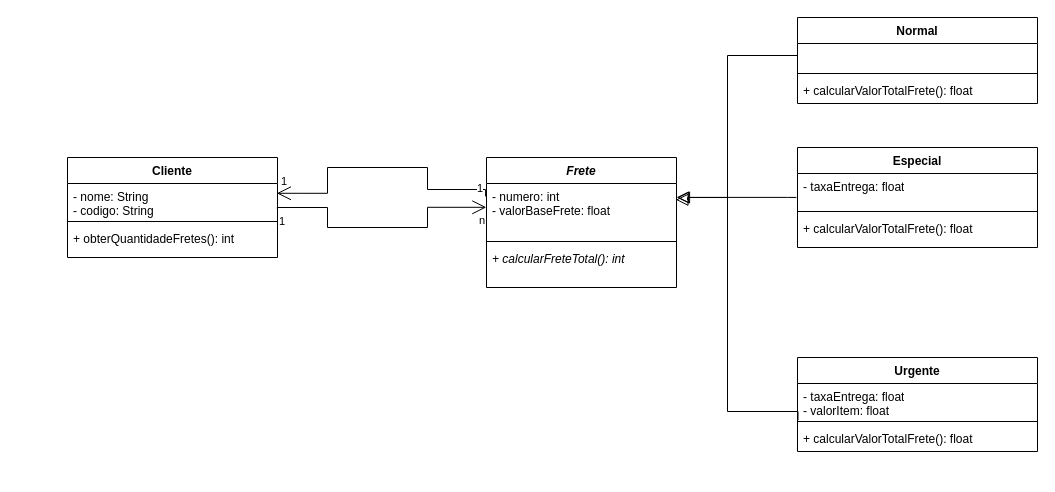
Above: page "Ex4" (4 of 9) of Lista4/T_LP - Lista4.drawio in M-Tereza/LP1 (draw.io), before the change. Source tidied: cells renumbered, new cells numbered last; positions are measured from the earlier drawing's top-left corner, leaving out a move shared by most shapes. Both pictures are drawn from the tidied source at 100%, with x=0, y=0 at pixel (67, 17).
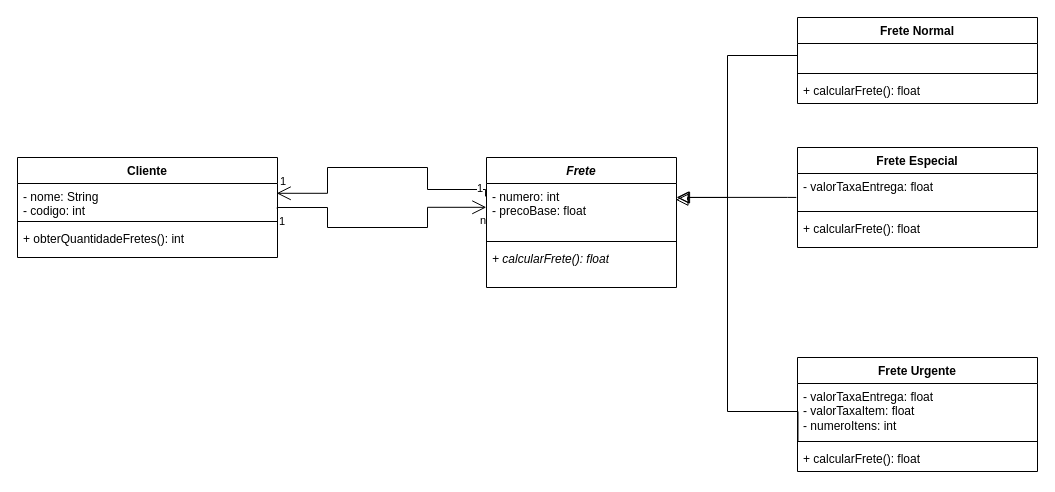
After the change.

The change refers to these unchanged cells:
```xml
<mxCell id="6" value="&lt;i&gt;Frete&lt;/i&gt;" style="swimlane;fontStyle=1;align=center;verticalAlign=top;horizontal=1;startSize=26;whiteSpace=wrap;html=1;" parent="1" vertex="1">
  <mxGeometry x="419" y="140" width="190" height="130" as="geometry" />
</mxCell>
```

What changed in the source:
```diff
@@
     <mxCell id="2" value="Cliente" style="swimlane;fontStyle=1;align=center;verticalAlign=top;horizontal=1;startSize=26;whiteSpace=wrap;html=1;" parent="1" vertex="1">
-      <mxGeometry y="140" width="210" height="100" as="geometry" />
+      <mxGeometry x="-50" y="140" width="260" height="100" as="geometry" />
     </mxCell>
-    <mxCell id="3" value="- nome: String&lt;div&gt;- codigo: String&lt;/div&gt;" style="text;strokeColor=none;fillColor=none;align=left;verticalAlign=top;spacingLeft=4;spacingRight=4;overflow=hidden;points=[[0,0.5],[1,0.5]];portConstraint=eastwest;whiteSpace=wrap;html=1;" parent="2" vertex="1">
-      <mxGeometry y="26" width="210" height="34" as="geometry" />
+    <mxCell id="3" value="- nome: String&lt;div&gt;- codigo: int&lt;/div&gt;" style="text;strokeColor=none;fillColor=none;align=left;verticalAlign=top;spacingLeft=4;spacingRight=4;overflow=hidden;points=[[0,0.5],[1,0.5]];portConstraint=eastwest;whiteSpace=wrap;html=1;" parent="2" vertex="1">
+      <mxGeometry y="26" width="260" height="34" as="geometry" />
     </mxCell>
     <mxCell id="4" style="line;strokeWidth=1;fillColor=none;align=left;verticalAlign=middle;spacingTop=-1;spacingLeft=3;spacingRight=3;labelPosition=right;strokeColor=inherit;" parent="2" vertex="1">
-      <mxGeometry y="60" width="210" height="8" as="geometry" />
+      <mxGeometry y="60" width="260" height="8" as="geometry" />
     </mxCell>
-    <mxCell id="5" value="+ obterQuantidadeFretes(): int&lt;span style=&quot;background-color: transparent; color: light-dark(rgb(0, 0, 0), rgb(255, 255, 255));&quot;&gt;&amp;nbsp;&lt;/span&gt;" style="text;strokeColor=none;fillColor=none;align=left;verticalAlign=top;spacingLeft=4;spacingRight=4;overflow=hidden;whiteSpace=wrap;html=1;" parent="2" vertex="1">
-      <mxGeometry y="68" width="210" height="32" as="geometry" />
+    <mxCell id="5" value="+ obterQuantidadeFretes(): int&lt;span style=&quot;background-color: transparent; color: light-dark(rgb(0, 0, 0), rgb(255, 255, 255));&quot;&gt;&amp;nbsp;&lt;/span&gt;&lt;div&gt;&lt;div&gt;&lt;div&gt;&lt;span style=&quot;background-color: transparent; color: light-dark(rgb(0, 0, 0), rgb(255, 255, 255));&quot;&gt;&lt;br&gt;&lt;/span&gt;&lt;/div&gt;&lt;/div&gt;&lt;/div&gt;" style="text;strokeColor=none;fillColor=none;align=left;verticalAlign=top;spacingLeft=4;spacingRight=4;overflow=hidden;whiteSpace=wrap;html=1;" parent="2" vertex="1">
+      <mxGeometry y="68" width="260" height="32" as="geometry" />
     </mxCell>
@@
-    <mxCell id="7" value="&lt;div&gt;- numero: int&lt;/div&gt;&lt;div&gt;- valorBaseFrete: float&lt;/div&gt;" style="text;strokeColor=none;fillColor=none;align=left;verticalAlign=top;spacingLeft=4;spacingRight=4;overflow=hidden;points=[[0,0.5],[1,0.5]];portConstraint=eastwest;whiteSpace=wrap;html=1;" parent="6" vertex="1">
+    <mxCell id="7" value="&lt;div&gt;- numero: int&lt;/div&gt;&lt;div&gt;- precoBase: float&lt;/div&gt;" style="text;strokeColor=none;fillColor=none;align=left;verticalAlign=top;spacingLeft=4;spacingRight=4;overflow=hidden;points=[[0,0.5],[1,0.5]];portConstraint=eastwest;whiteSpace=wrap;html=1;" parent="6" vertex="1">
       <mxGeometry y="26" width="190" height="54" as="geometry" />
     </mxCell>
@@
-    <mxCell id="9" value="&lt;div&gt;&lt;i&gt;+ calcularFreteTotal(): int&lt;/i&gt;&lt;/div&gt;" style="text;strokeColor=none;fillColor=none;align=left;verticalAlign=top;spacingLeft=4;spacingRight=4;overflow=hidden;whiteSpace=wrap;html=1;" parent="6" vertex="1">
+    <mxCell id="9" value="&lt;div&gt;&lt;i&gt;+ calcularFrete(): float&lt;/i&gt;&lt;/div&gt;" style="text;strokeColor=none;fillColor=none;align=left;verticalAlign=top;spacingLeft=4;spacingRight=4;overflow=hidden;whiteSpace=wrap;html=1;" parent="6" vertex="1">
       <mxGeometry y="88" width="190" height="42" as="geometry" />
     </mxCell>
-    <mxCell id="10" value="Especial" style="swimlane;fontStyle=1;align=center;verticalAlign=top;horizontal=1;startSize=26;whiteSpace=wrap;html=1;" parent="1" vertex="1">
+    <mxCell id="10" value="Frete Especial" style="swimlane;fontStyle=1;align=center;verticalAlign=top;horizontal=1;startSize=26;whiteSpace=wrap;html=1;" parent="1" vertex="1">
       <mxGeometry x="730" y="130" width="240" height="100" as="geometry" />
     </mxCell>
-    <mxCell id="11" value="- taxaEntrega: float" style="text;strokeColor=none;fillColor=none;align=left;verticalAlign=top;spacingLeft=4;spacingRight=4;overflow=hidden;points=[[0,0.5],[1,0.5]];portConstraint=eastwest;whiteSpace=wrap;html=1;" parent="10" vertex="1">
+    <mxCell id="11" value="- valorTaxaEntrega: float" style="text;strokeColor=none;fillColor=none;align=left;verticalAlign=top;spacingLeft=4;spacingRight=4;overflow=hidden;points=[[0,0.5],[1,0.5]];portConstraint=eastwest;whiteSpace=wrap;html=1;" parent="10" vertex="1">
       <mxGeometry y="26" width="240" height="34" as="geometry" />
     </mxCell>
@@
-    <mxCell id="13" value="+ calcular&lt;span style=&quot;color: light-dark(rgb(0, 0, 0), rgb(255, 255, 255)); background-color: transparent;&quot;&gt;ValorTotalFrete(): float&lt;/span&gt;" style="text;strokeColor=none;fillColor=none;align=left;verticalAlign=top;spacingLeft=4;spacingRight=4;overflow=hidden;whiteSpace=wrap;html=1;" parent="10" vertex="1">
+    <mxCell id="13" value="+ calcularFrete(): float" style="text;strokeColor=none;fillColor=none;align=left;verticalAlign=top;spacingLeft=4;spacingRight=4;overflow=hidden;whiteSpace=wrap;html=1;" parent="10" vertex="1">
       <mxGeometry y="68" width="240" height="32" as="geometry" />
     </mxCell>
@@
-    <mxCell id="23" value="Normal" style="swimlane;fontStyle=1;align=center;verticalAlign=top;horizontal=1;startSize=26;whiteSpace=wrap;html=1;" parent="1" vertex="1">
+    <mxCell id="23" value="Frete Normal" style="swimlane;fontStyle=1;align=center;verticalAlign=top;horizontal=1;startSize=26;whiteSpace=wrap;html=1;" parent="1" vertex="1">
       <mxGeometry x="730" width="240" height="86" as="geometry" />
     </mxCell>
@@
-    <mxCell id="26" value="&lt;div&gt;+ calcular&lt;span style=&quot;background-color: transparent; color: light-dark(rgb(0, 0, 0), rgb(255, 255, 255));&quot;&gt;ValorTotalFrete(): float&lt;/span&gt;&lt;/div&gt;" style="text;strokeColor=none;fillColor=none;align=left;verticalAlign=top;spacingLeft=4;spacingRight=4;overflow=hidden;whiteSpace=wrap;html=1;" parent="23" vertex="1">
+    <mxCell id="26" value="+ calcularFrete(): float" style="text;strokeColor=none;fillColor=none;align=left;verticalAlign=top;spacingLeft=4;spacingRight=4;overflow=hidden;whiteSpace=wrap;html=1;" parent="23" vertex="1">
       <mxGeometry y="60" width="240" height="26" as="geometry" />
     </mxCell>
-    <mxCell id="27" value="Urgente" style="swimlane;fontStyle=1;align=center;verticalAlign=top;horizontal=1;startSize=26;whiteSpace=wrap;html=1;" parent="1" vertex="1">
-      <mxGeometry x="730" y="340" width="240" height="94" as="geometry" />
+    <mxCell id="27" value="Frete Urgente" style="swimlane;fontStyle=1;align=center;verticalAlign=top;horizontal=1;startSize=26;whiteSpace=wrap;html=1;" parent="1" vertex="1">
+      <mxGeometry x="730" y="340" width="240" height="114" as="geometry" />
     </mxCell>
-    <mxCell id="28" value="-&amp;nbsp;&lt;span style=&quot;background-color: transparent; color: light-dark(rgb(0, 0, 0), rgb(255, 255, 255));&quot;&gt;taxaEntrega: float&lt;/span&gt;&lt;div&gt;&lt;span style=&quot;background-color: transparent; color: light-dark(rgb(0, 0, 0), rgb(255, 255, 255));&quot;&gt;- valorItem: float&lt;/span&gt;&lt;/div&gt;" style="text;strokeColor=none;fillColor=none;align=left;verticalAlign=top;spacingLeft=4;spacingRight=4;overflow=hidden;points=[[0,0.5],[1,0.5]];portConstraint=eastwest;whiteSpace=wrap;html=1;" parent="27" vertex="1">
-      <mxGeometry y="26" width="240" height="34" as="geometry" />
+    <mxCell id="28" value="&lt;div&gt;- valorTaxaEntrega: float&lt;/div&gt;&lt;div&gt;- valorTaxaItem: float&lt;span style=&quot;background-color: transparent; color: light-dark(rgb(0, 0, 0), rgb(255, 255, 255));&quot;&gt;&lt;/span&gt;&lt;/div&gt;&lt;div&gt;- numeroItens: int&lt;/div&gt;" style="text;strokeColor=none;fillColor=none;align=left;verticalAlign=top;spacingLeft=4;spacingRight=4;overflow=hidden;points=[[0,0.5],[1,0.5]];portConstraint=eastwest;whiteSpace=wrap;html=1;" parent="27" vertex="1">
+      <mxGeometry y="26" width="240" height="54" as="geometry" />
     </mxCell>
     <mxCell id="29" style="line;strokeWidth=1;fillColor=none;align=left;verticalAlign=middle;spacingTop=-1;spacingLeft=3;spacingRight=3;labelPosition=right;strokeColor=inherit;" parent="27" vertex="1">
-      <mxGeometry y="60" width="240" height="8" as="geometry" />
+      <mxGeometry y="80" width="240" height="8" as="geometry" />
     </mxCell>
-    <mxCell id="30" value="+ calcular&lt;span style=&quot;color: light-dark(rgb(0, 0, 0), rgb(255, 255, 255)); background-color: transparent;&quot;&gt;ValorTotalFrete(): float&lt;/span&gt;" style="text;strokeColor=none;fillColor=none;align=left;verticalAlign=top;spacingLeft=4;spacingRight=4;overflow=hidden;whiteSpace=wrap;html=1;" parent="27" vertex="1">
-      <mxGeometry y="68" width="240" height="26" as="geometry" />
+    <mxCell id="30" value="+ calcularFrete(): float" style="text;strokeColor=none;fillColor=none;align=left;verticalAlign=top;spacingLeft=4;spacingRight=4;overflow=hidden;whiteSpace=wrap;html=1;" parent="27" vertex="1">
+      <mxGeometry y="88" width="240" height="26" as="geometry" />
     </mxCell>
```
